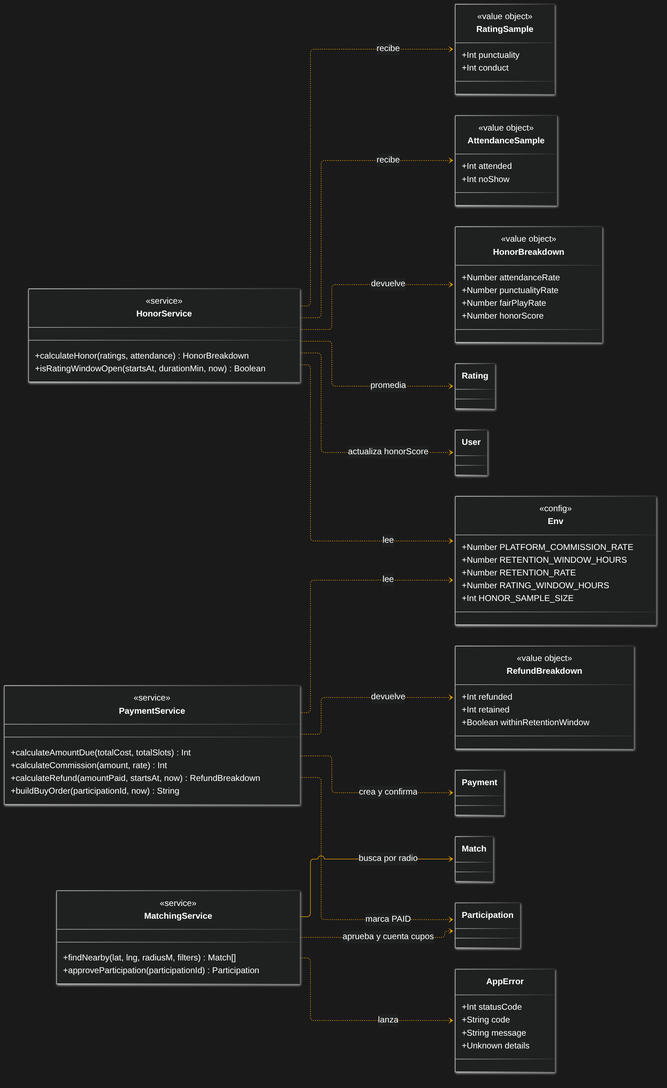
avenaaaa/KANCHA keeps this Mermaid diagram as fase-2-desarrollo/docs/diagramas/clases-servicios.png. Above is the earlier version. Its source is kept beside it as fase-2-desarrollo/docs/diagramas/clases-servicios.mmd. The source it was exported from:
```mermaid
classDiagram
    direction LR

    class HonorService {
        <<service>>
        +calculateHonor(ratings, attendance) HonorBreakdown
        +isRatingWindowOpen(startsAt, durationMin, now) Boolean
    }

    class PaymentService {
        <<service>>
        +calculateAmountDue(totalCost, totalSlots) Int
        +calculateCommission(amount, rate) Int
        +calculateRefund(amountPaid, startsAt, now) RefundBreakdown
        +buildBuyOrder(participationId, now) String
    }

    class MatchingService {
        <<service>>
        +findNearby(lat, lng, radiusM, filters) Match[]
        +approveParticipation(participationId) Participation
    }

    class HonorBreakdown {
        <<value object>>
        +Number attendanceRate
        +Number punctualityRate
        +Number fairPlayRate
        +Number honorScore
    }

    class RatingSample {
        <<value object>>
        +Int punctuality
        +Int conduct
    }

    class AttendanceSample {
        <<value object>>
        +Int attended
        +Int noShow
    }

    class RefundBreakdown {
        <<value object>>
        +Int refunded
        +Int retained
        +Boolean withinRetentionWindow
    }

    class AppError {
        +Int statusCode
        +String code
        +String message
        +Unknown details
    }

    class Env {
        <<config>>
        +Number PLATFORM_COMMISSION_RATE
        +Number RETENTION_WINDOW_HOURS
        +Number RETENTION_RATE
        +Number RATING_WINDOW_HOURS
        +Int HONOR_SAMPLE_SIZE
    }

    class User
    class Match
    class Participation
    class Rating
    class Payment

    HonorService ..> RatingSample : recibe
    HonorService ..> AttendanceSample : recibe
    HonorService ..> HonorBreakdown : devuelve
    HonorService ..> Env : lee
    PaymentService ..> RefundBreakdown : devuelve
    PaymentService ..> Env : lee

    HonorService ..> Rating : promedia
    HonorService ..> User : actualiza honorScore
    PaymentService ..> Payment : crea y confirma
    PaymentService ..> Participation : marca PAID
    MatchingService ..> Match : busca por radio
    MatchingService ..> Participation : aprueba y cuenta cupos
    MatchingService ..> AppError : lanza
```
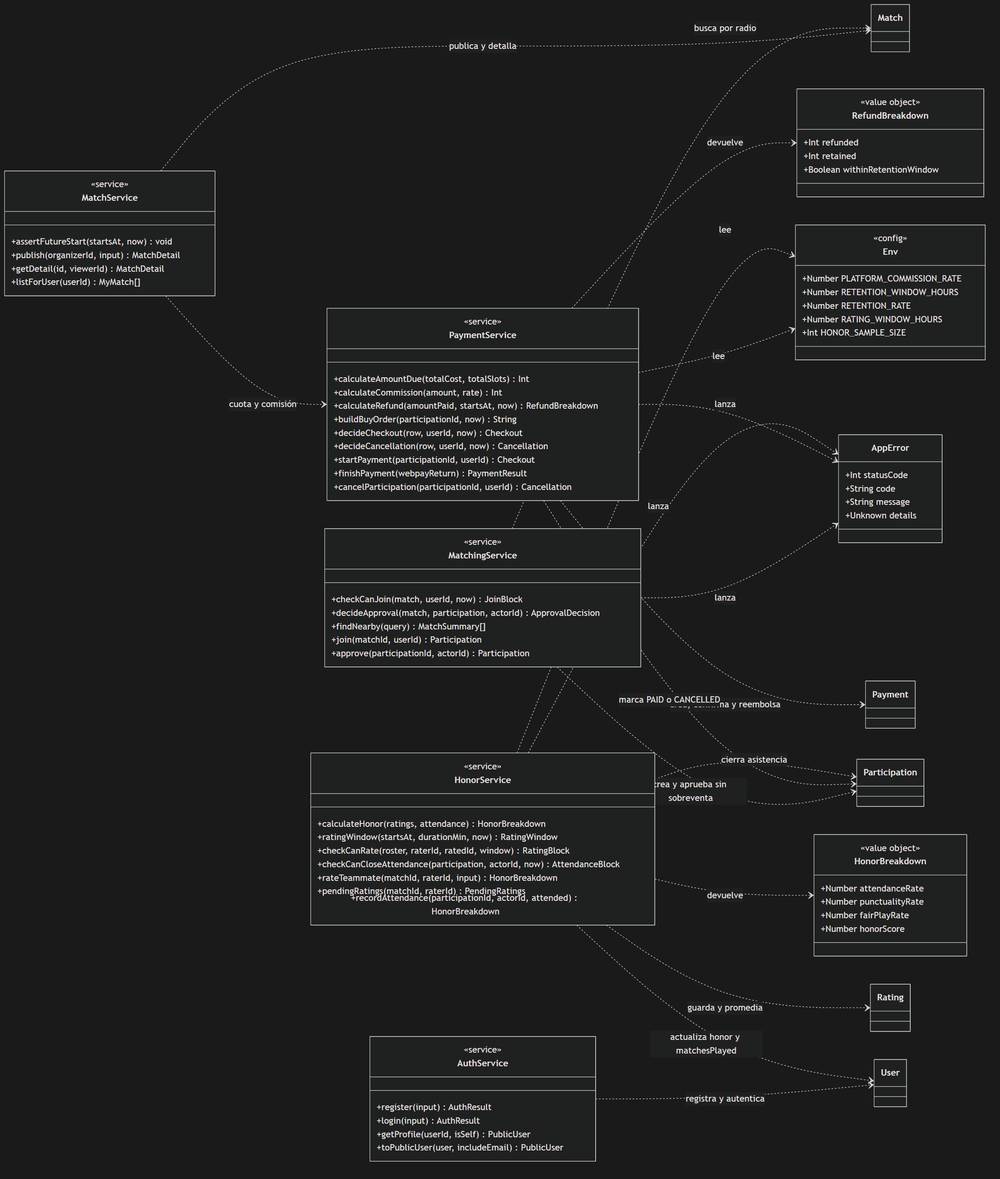
After the commit.

Diff of the diagram source:
```diff
@@ -4,7 +4,12 @@
     class HonorService {
         <<service>>
         +calculateHonor(ratings, attendance) HonorBreakdown
-        +isRatingWindowOpen(startsAt, durationMin, now) Boolean
+        +ratingWindow(startsAt, durationMin, now) RatingWindow
+        +checkCanRate(roster, raterId, ratedId, window) RatingBlock
+        +checkCanCloseAttendance(participation, actorId, now) AttendanceBlock
+        +rateTeammate(matchId, raterId, input) HonorBreakdown
+        +pendingRatings(matchId, raterId) PendingRatings
+        +recordAttendance(participationId, actorId, attended) HonorBreakdown
     }
 
     class PaymentService {
@@ -13,12 +18,36 @@
         +calculateCommission(amount, rate) Int
         +calculateRefund(amountPaid, startsAt, now) RefundBreakdown
         +buildBuyOrder(participationId, now) String
+        +decideCheckout(row, userId, now) Checkout
+        +decideCancellation(row, userId, now) Cancellation
+        +startPayment(participationId, userId) Checkout
+        +finishPayment(webpayReturn) PaymentResult
+        +cancelParticipation(participationId, userId) Cancellation
     }
 
     class MatchingService {
         <<service>>
-        +findNearby(lat, lng, radiusM, filters) Match[]
-        +approveParticipation(participationId) Participation
+        +checkCanJoin(match, userId, now) JoinBlock
+        +decideApproval(match, participation, actorId) ApprovalDecision
+        +findNearby(query) MatchSummary[]
+        +join(matchId, userId) Participation
+        +approve(participationId, actorId) Participation
+    }
+
+    class MatchService {
+        <<service>>
+        +assertFutureStart(startsAt, now) void
+        +publish(organizerId, input) MatchDetail
+        +getDetail(id, viewerId) MatchDetail
+        +listForUser(userId) MyMatch[]
+    }
+
+    class AuthService {
+        <<service>>
+        +register(input) AuthResult
+        +login(input) AuthResult
+        +getProfile(userId, isSelf) PublicUser
+        +toPublicUser(user, includeEmail) PublicUser
     }
 
     class HonorBreakdown {
@@ -27,18 +56,6 @@
         +Number punctualityRate
         +Number fairPlayRate
         +Number honorScore
-    }
-
-    class RatingSample {
-        <<value object>>
-        +Int punctuality
-        +Int conduct
-    }
-
-    class AttendanceSample {
-        <<value object>>
-        +Int attended
-        +Int noShow
     }
 
     class RefundBreakdown {
@@ -70,17 +87,21 @@
     class Rating
     class Payment
 
-    HonorService ..> RatingSample : recibe
-    HonorService ..> AttendanceSample : recibe
     HonorService ..> HonorBreakdown : devuelve
+    PaymentService ..> RefundBreakdown : devuelve
     HonorService ..> Env : lee
-    PaymentService ..> RefundBreakdown : devuelve
     PaymentService ..> Env : lee
+    HonorService ..> AppError : lanza
+    PaymentService ..> AppError : lanza
+    MatchingService ..> AppError : lanza
 
-    HonorService ..> Rating : promedia
-    HonorService ..> User : actualiza honorScore
-    PaymentService ..> Payment : crea y confirma
-    PaymentService ..> Participation : marca PAID
+    HonorService ..> Rating : guarda y promedia
+    HonorService ..> User : actualiza honor y matchesPlayed
+    HonorService ..> Participation : cierra asistencia
+    PaymentService ..> Payment : crea, confirma y reembolsa
+    PaymentService ..> Participation : marca PAID o CANCELLED
     MatchingService ..> Match : busca por radio
-    MatchingService ..> Participation : aprueba y cuenta cupos
-    MatchingService ..> AppError : lanza
+    MatchingService ..> Participation : crea y aprueba sin sobreventa
+    MatchService ..> Match : publica y detalla
+    AuthService ..> User : registra y autentica
+    MatchService ..> PaymentService : cuota y comisión
```
